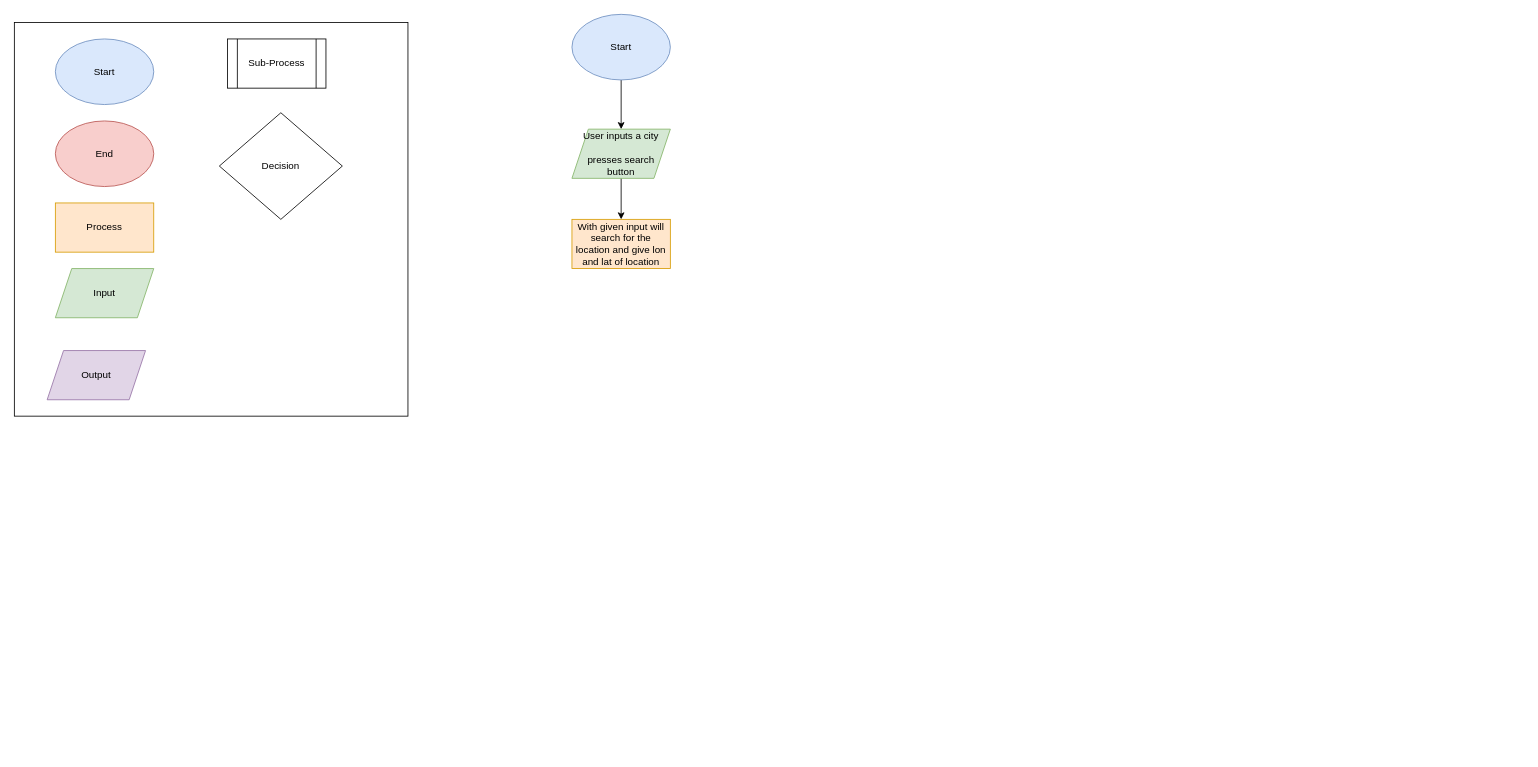
Earlier version of the draw.io diagram weatherAppFlowChart.drawio (n-see/weatherApp). Source tidied: cells renumbered, new cells numbered last; positions are measured from the earlier drawing's top-left corner, leaving out a move shared by most shapes. Both pictures are drawn from the tidied source at 82%, with x=0, y=0 at pixel (14, 14).
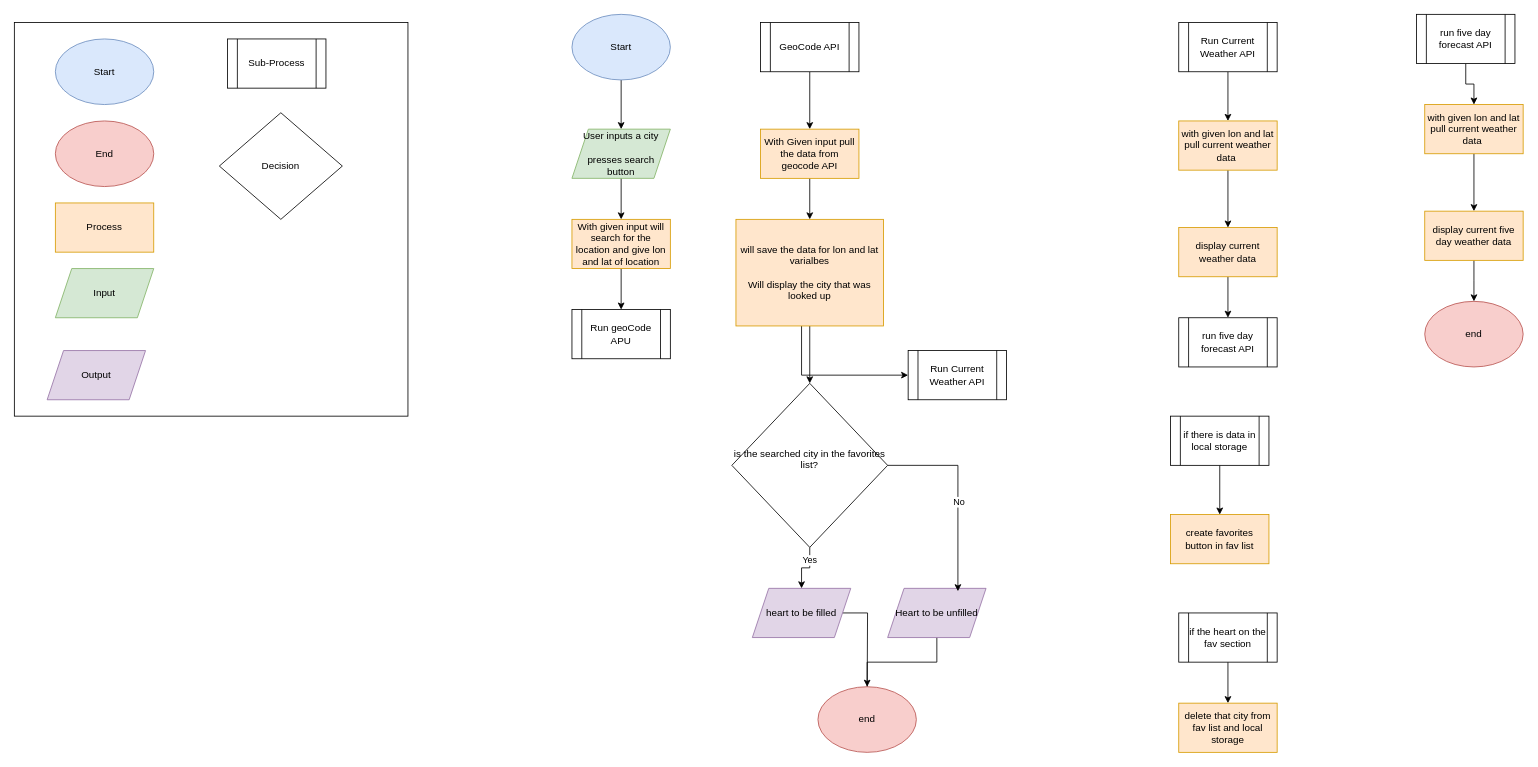
After the change.

The change refers to these unchanged cells:
```xml
<mxCell id="14" value="With given input will search for the location and give lon and lat of location&lt;br&gt;" style="rounded=0;whiteSpace=wrap;html=1;fillColor=#ffe6cc;strokeColor=#d79b00;" parent="1" vertex="1">
  <mxGeometry x="680" y="250" width="120" height="60" as="geometry" />
</mxCell>
```

The edit, as a diff of the source:
```diff
@@
+    <mxCell id="15" style="edgeStyle=orthogonalEdgeStyle;rounded=0;jettySize=auto;html=1;" parent="1" edge="1" source="14" target="23">
+      <mxGeometry relative="1" as="geometry" />
+    </mxCell>
@@
+    <mxCell id="16" style="edgeStyle=orthogonalEdgeStyle;rounded=0;jettySize=auto;html=1;" parent="1" edge="1" source="17" target="19">
+      <mxGeometry relative="1" as="geometry" />
+    </mxCell>
+    <mxCell id="17" value="GeoCode API" style="shape=process;whiteSpace=wrap;html=1;backgroundOutline=1;" parent="1" vertex="1">
+      <mxGeometry x="910" y="10" width="120" height="60" as="geometry" />
+    </mxCell>
+    <mxCell id="18" style="edgeStyle=orthogonalEdgeStyle;rounded=0;jettySize=auto;html=1;" parent="1" edge="1" source="19" target="22">
+      <mxGeometry relative="1" as="geometry" />
+    </mxCell>
+    <mxCell id="19" value="With Given input pull the data from geocode API" style="rounded=0;whiteSpace=wrap;html=1;fillColor=#ffe6cc;strokeColor=#d79b00;" parent="1" vertex="1">
+      <mxGeometry x="910" y="140" width="120" height="60" as="geometry" />
+    </mxCell>
+    <mxCell id="20" style="edgeStyle=orthogonalEdgeStyle;rounded=0;jettySize=auto;html=1;" parent="1" edge="1" source="22" target="26">
+      <mxGeometry relative="1" as="geometry" />
+    </mxCell>
+    <mxCell id="21" style="edgeStyle=orthogonalEdgeStyle;rounded=0;jettySize=auto;html=1;entryX=0;entryY=0.5;entryDx=0;entryDy=0;" parent="1" edge="1" source="22" target="34">
+      <mxGeometry relative="1" as="geometry">
+        <Array as="points">
+          <mxPoint x="960" y="440" />
+        </Array>
+      </mxGeometry>
+    </mxCell>
+    <mxCell id="22" value="will save the data for lon and lat varialbes&lt;div&gt;&lt;br&gt;&lt;/div&gt;&lt;div&gt;Will display the city that was looked up&lt;/div&gt;" style="rounded=0;whiteSpace=wrap;html=1;fillColor=#ffe6cc;strokeColor=#d79b00;" parent="1" vertex="1">
+      <mxGeometry x="880" y="250" width="180" height="130" as="geometry" />
+    </mxCell>
+    <mxCell id="23" value="Run geoCode APU" style="shape=process;whiteSpace=wrap;html=1;backgroundOutline=1;" parent="1" vertex="1">
+      <mxGeometry x="680" y="360" width="120" height="60" as="geometry" />
+    </mxCell>
+    <mxCell id="24" style="edgeStyle=orthogonalEdgeStyle;rounded=0;jettySize=auto;html=1;" parent="1" edge="1" source="26" target="28">
+      <mxGeometry relative="1" as="geometry" />
+    </mxCell>
+    <mxCell id="25" value="Yes" style="edgeLabel;html=1;align=center;verticalAlign=middle;" parent="24" vertex="1">
+      <mxGeometry x="-0.5" y="-1" relative="1" as="geometry" />
+    </mxCell>
+    <mxCell id="26" value="is the searched city in the favorites list?&lt;div&gt;&lt;br&gt;&lt;/div&gt;" style="rhombus;whiteSpace=wrap;html=1;" parent="1" vertex="1">
+      <mxGeometry x="875" y="450" width="190" height="200" as="geometry" />
+    </mxCell>
+    <mxCell id="27" style="edgeStyle=orthogonalEdgeStyle;rounded=0;jettySize=auto;html=1;" parent="1" edge="1" source="28">
+      <mxGeometry relative="1" as="geometry">
+        <mxPoint x="1040" y="830" as="targetPoint" />
+      </mxGeometry>
+    </mxCell>
+    <mxCell id="28" value="heart to be filled" style="shape=parallelogram;perimeter=parallelogramPerimeter;whiteSpace=wrap;html=1;fixedSize=1;fillColor=#e1d5e7;strokeColor=#9673a6;" parent="1" vertex="1">
+      <mxGeometry x="900" y="700" width="120" height="60" as="geometry" />
+    </mxCell>
+    <mxCell id="29" style="edgeStyle=orthogonalEdgeStyle;rounded=0;jettySize=auto;html=1;" parent="1" edge="1" source="30" target="33">
+      <mxGeometry relative="1" as="geometry" />
+    </mxCell>
+    <mxCell id="30" value="Heart to be unfilled" style="shape=parallelogram;perimeter=parallelogramPerimeter;whiteSpace=wrap;html=1;fixedSize=1;fillColor=#e1d5e7;strokeColor=#9673a6;" parent="1" vertex="1">
+      <mxGeometry x="1065" y="700" width="120" height="60" as="geometry" />
+    </mxCell>
+    <mxCell id="31" style="edgeStyle=orthogonalEdgeStyle;rounded=0;jettySize=auto;html=1;entryX=0.714;entryY=0.059;entryDx=0;entryDy=0;entryPerimeter=0;" parent="1" edge="1" source="26" target="30">
+      <mxGeometry relative="1" as="geometry">
+        <Array as="points">
+          <mxPoint x="1151" y="550" />
+        </Array>
+      </mxGeometry>
+    </mxCell>
+    <mxCell id="32" value="No" style="edgeLabel;html=1;align=center;verticalAlign=middle;" parent="31" vertex="1">
+      <mxGeometry x="0.09" y="1" relative="1" as="geometry" />
+    </mxCell>
+    <mxCell id="33" value="end" style="ellipse;whiteSpace=wrap;html=1;fillColor=#f8cecc;strokeColor=#b85450;" parent="1" vertex="1">
+      <mxGeometry x="980" y="820" width="120" height="80" as="geometry" />
+    </mxCell>
+    <mxCell id="34" value="Run Current Weather API" style="shape=process;whiteSpace=wrap;html=1;backgroundOutline=1;" parent="1" vertex="1">
+      <mxGeometry x="1090" y="410" width="120" height="60" as="geometry" />
+    </mxCell>
+    <mxCell id="35" style="edgeStyle=orthogonalEdgeStyle;rounded=0;jettySize=auto;html=1;" parent="1" edge="1" source="36" target="38">
+      <mxGeometry relative="1" as="geometry" />
+    </mxCell>
+    <mxCell id="36" value="Run Current Weather API" style="shape=process;whiteSpace=wrap;html=1;backgroundOutline=1;" parent="1" vertex="1">
+      <mxGeometry x="1420" y="10" width="120" height="60" as="geometry" />
+    </mxCell>
+    <mxCell id="37" style="edgeStyle=orthogonalEdgeStyle;rounded=0;jettySize=auto;html=1;" parent="1" edge="1" source="38" target="40">
+      <mxGeometry relative="1" as="geometry" />
+    </mxCell>
+    <mxCell id="38" value="with given lon and lat&lt;div&gt;pull current weather data&amp;nbsp;&lt;/div&gt;" style="rounded=0;whiteSpace=wrap;html=1;fillColor=#ffe6cc;strokeColor=#d79b00;" parent="1" vertex="1">
+      <mxGeometry x="1420" y="130" width="120" height="60" as="geometry" />
+    </mxCell>
+    <mxCell id="39" style="edgeStyle=orthogonalEdgeStyle;rounded=0;jettySize=auto;html=1;" parent="1" edge="1" source="40" target="41">
+      <mxGeometry relative="1" as="geometry" />
+    </mxCell>
+    <mxCell id="40" value="display current weather data" style="rounded=0;whiteSpace=wrap;html=1;fillColor=#ffe6cc;strokeColor=#d79b00;" parent="1" vertex="1">
+      <mxGeometry x="1420" y="260" width="120" height="60" as="geometry" />
+    </mxCell>
+    <mxCell id="41" value="run five day forecast API" style="shape=process;whiteSpace=wrap;html=1;backgroundOutline=1;" parent="1" vertex="1">
+      <mxGeometry x="1420" y="370" width="120" height="60" as="geometry" />
+    </mxCell>
+    <mxCell id="42" style="edgeStyle=orthogonalEdgeStyle;rounded=0;jettySize=auto;html=1;" parent="1" edge="1" source="43" target="45">
+      <mxGeometry relative="1" as="geometry" />
+    </mxCell>
+    <mxCell id="43" value="run five day forecast API" style="shape=process;whiteSpace=wrap;html=1;backgroundOutline=1;" parent="1" vertex="1">
+      <mxGeometry x="1710" width="120" height="60" as="geometry" />
+    </mxCell>
+    <mxCell id="44" style="edgeStyle=orthogonalEdgeStyle;rounded=0;jettySize=auto;html=1;" parent="1" edge="1" source="45" target="47">
+      <mxGeometry relative="1" as="geometry" />
+    </mxCell>
+    <mxCell id="45" value="with given lon and lat&lt;div&gt;pull current weather data&amp;nbsp;&lt;/div&gt;" style="rounded=0;whiteSpace=wrap;html=1;fillColor=#ffe6cc;strokeColor=#d79b00;" parent="1" vertex="1">
+      <mxGeometry x="1720" y="110" width="120" height="60" as="geometry" />
+    </mxCell>
+    <mxCell id="46" style="edgeStyle=orthogonalEdgeStyle;rounded=0;jettySize=auto;html=1;" parent="1" edge="1" source="47">
+      <mxGeometry relative="1" as="geometry">
+        <mxPoint x="1780" y="350" as="targetPoint" />
+      </mxGeometry>
+    </mxCell>
+    <mxCell id="47" value="display current five day weather data" style="rounded=0;whiteSpace=wrap;html=1;fillColor=#ffe6cc;strokeColor=#d79b00;" parent="1" vertex="1">
+      <mxGeometry x="1720" y="240" width="120" height="60" as="geometry" />
+    </mxCell>
+    <mxCell id="48" value="end" style="ellipse;whiteSpace=wrap;html=1;fillColor=#f8cecc;strokeColor=#b85450;" parent="1" vertex="1">
+      <mxGeometry x="1720" y="350" width="120" height="80" as="geometry" />
+    </mxCell>
+    <mxCell id="49" style="edgeStyle=orthogonalEdgeStyle;rounded=0;jettySize=auto;html=1;" parent="1" edge="1" source="50" target="51">
+      <mxGeometry relative="1" as="geometry" />
+    </mxCell>
+    <mxCell id="50" value="if there is data in local storage" style="shape=process;whiteSpace=wrap;html=1;backgroundOutline=1;" parent="1" vertex="1">
+      <mxGeometry x="1410" y="490" width="120" height="60" as="geometry" />
+    </mxCell>
+    <mxCell id="51" value="create favorites button in fav list" style="rounded=0;whiteSpace=wrap;html=1;fillColor=#ffe6cc;strokeColor=#d79b00;" parent="1" vertex="1">
+      <mxGeometry x="1410" y="610" width="120" height="60" as="geometry" />
+    </mxCell>
+    <mxCell id="52" style="edgeStyle=orthogonalEdgeStyle;rounded=0;jettySize=auto;html=1;" parent="1" edge="1" source="53" target="54">
+      <mxGeometry relative="1" as="geometry" />
+    </mxCell>
+    <mxCell id="53" value="if the heart on the fav section" style="shape=process;whiteSpace=wrap;html=1;backgroundOutline=1;" parent="1" vertex="1">
+      <mxGeometry x="1420" y="730" width="120" height="60" as="geometry" />
+    </mxCell>
+    <mxCell id="54" value="delete that city from fav list and local storage" style="rounded=0;whiteSpace=wrap;html=1;fillColor=#ffe6cc;strokeColor=#d79b00;" parent="1" vertex="1">
+      <mxGeometry x="1420" y="840" width="120" height="60" as="geometry" />
+    </mxCell>
```
